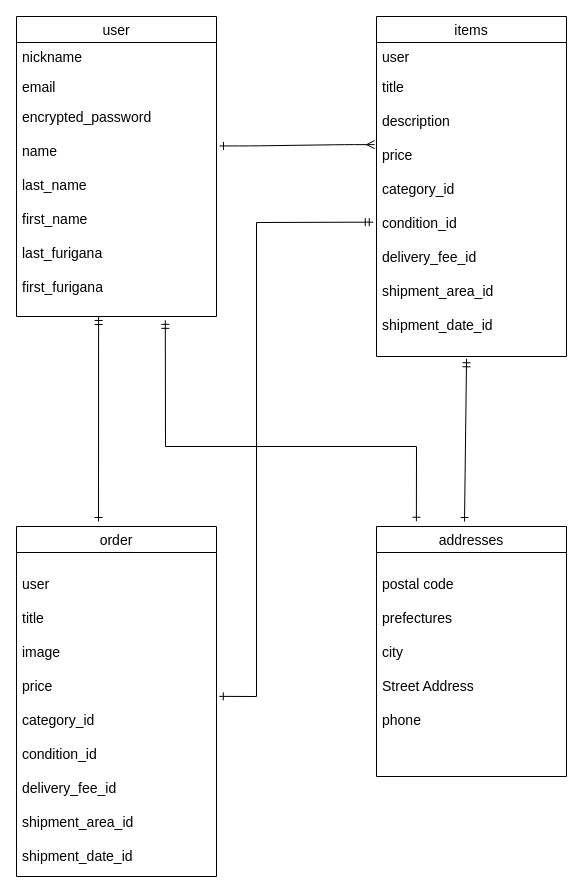
This is furima.dio from takanori-hagiwara/furima-33976, a draw.io file, before an edit. Source tidied: cells renumbered, new cells numbered last; positions are measured from the earlier drawing's top-left corner, leaving out a move shared by most shapes. Both pictures are drawn from the tidied source at 100%, with x=0, y=0 at pixel (16, 16).
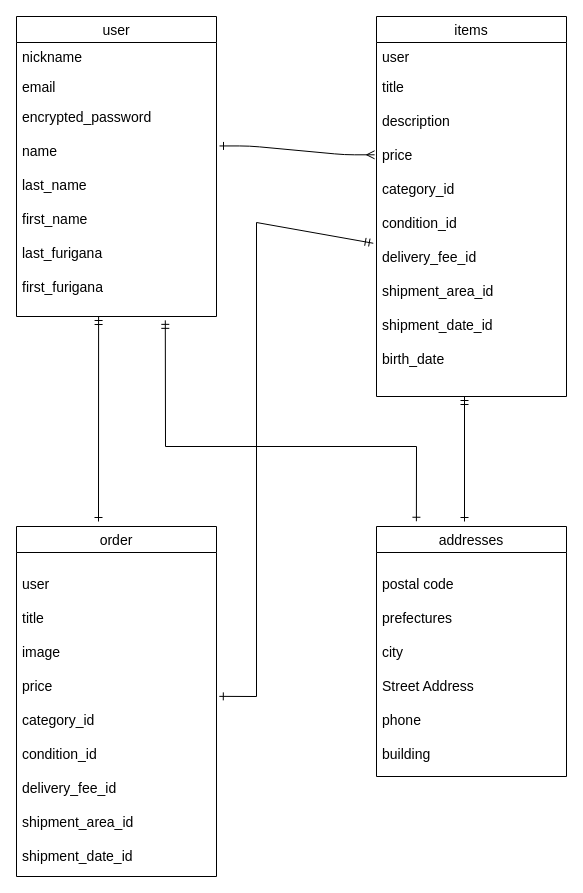
After the change.

Unchanged cells that the change refers to:
```xml
<mxCell id="2" value="addresses" style="swimlane;fontStyle=0;horizontal=1;startSize=26;align=center;fontSize=14;" parent="1" vertex="1">
  <mxGeometry x="360" y="510" width="190" height="250" as="geometry" />
</mxCell>
```

Diff of the diagram source:
```diff
@@
-    <mxCell id="3" value="&#10;postal code &#10;&#10;prefectures&#10;&#10;city &#10;&#10;Street Address  &#10;&#10;phone " style="text;strokeColor=none;fillColor=none;spacingLeft=4;spacingRight=4;overflow=hidden;fontSize=14;" parent="2" vertex="1">
+    <mxCell id="3" value="&#10;postal code &#10;&#10;prefectures&#10;&#10;city &#10;&#10;Street Address  &#10;&#10;phone &#10;&#10;building" style="text;strokeColor=none;fillColor=none;spacingLeft=4;spacingRight=4;overflow=hidden;fontSize=14;" parent="2" vertex="1">
       <mxGeometry y="26" width="190" height="224" as="geometry" />
     </mxCell>
     <mxCell id="4" value="items" style="swimlane;fontStyle=0;horizontal=1;startSize=26;align=center;fontSize=14;" parent="1" vertex="1">
-      <mxGeometry x="360" width="190" height="340" as="geometry" />
+      <mxGeometry x="360" width="190" height="380" as="geometry" />
     </mxCell>
@@
-    <mxCell id="6" value="title&#10;&#10;description&#10;&#10;price&#10;&#10;category_id&#10;&#10;condition_id&#10;&#10;delivery_fee_id&#10;&#10;shipment_area_id&#10;&#10;shipment_date_id" style="text;strokeColor=none;fillColor=none;spacingLeft=4;spacingRight=4;overflow=hidden;points=[[0,0.5],[1,0.5]];portConstraint=eastwest;fontSize=14;" parent="4" vertex="1">
-      <mxGeometry y="56" width="190" height="284" as="geometry" />
+    <mxCell id="6" value="title&#10;&#10;description&#10;&#10;price&#10;&#10;category_id&#10;&#10;condition_id&#10;&#10;delivery_fee_id&#10;&#10;shipment_area_id&#10;&#10;shipment_date_id&#10;&#10;birth_date" style="text;strokeColor=none;fillColor=none;spacingLeft=4;spacingRight=4;overflow=hidden;points=[[0,0.5],[1,0.5]];portConstraint=eastwest;fontSize=14;" parent="4" vertex="1">
+      <mxGeometry y="56" width="190" height="324" as="geometry" />
     </mxCell>
@@
-    <mxCell id="12" style="endArrow=ERone;html=1;rounded=0;fontSize=14;exitX=0.474;exitY=1.008;exitDx=0;exitDy=0;exitPerimeter=0;startArrow=ERmandOne;startFill=0;endFill=0;" parent="1" edge="1" source="6">
+    <mxCell id="12" style="endArrow=ERone;html=1;rounded=0;fontSize=14;startArrow=ERmandOne;startFill=0;endFill=0;" parent="1" edge="1">
       <mxGeometry relative="1" as="geometry">
+        <mxPoint x="448" y="380" as="sourcePoint" />
         <mxPoint x="448" y="505" as="targetPoint" />
       </mxGeometry>
     </mxCell>
```
